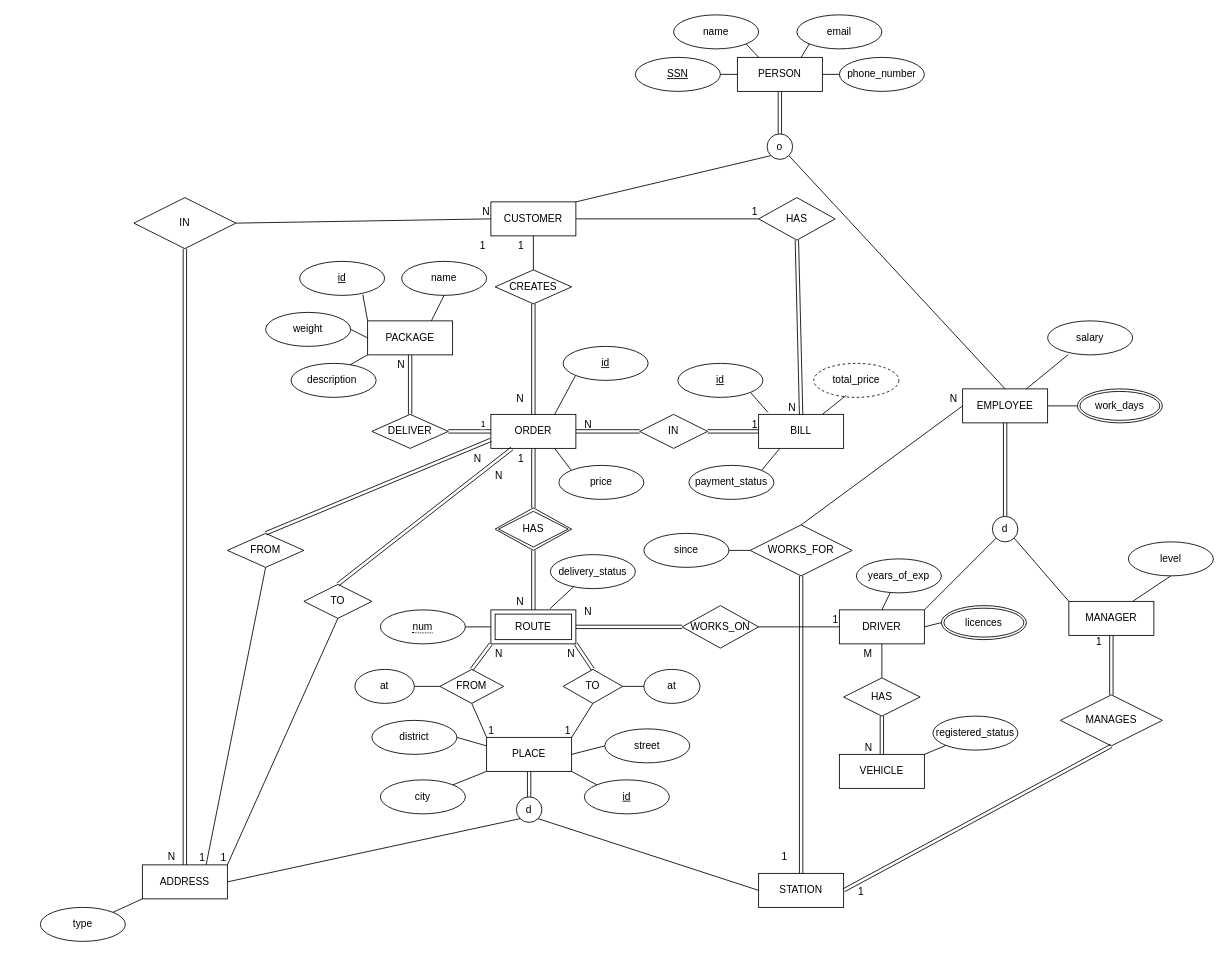
Above: db-assignment.drawio in blueonline07/auth-demo (draw.io), before the change. Source tidied: cells renumbered, new cells numbered last; positions are measured from the earlier drawing's top-left corner, leaving out a move shared by most shapes. Both pictures are drawn from the tidied source at 85%, with x=0, y=0 at pixel (40, 14).
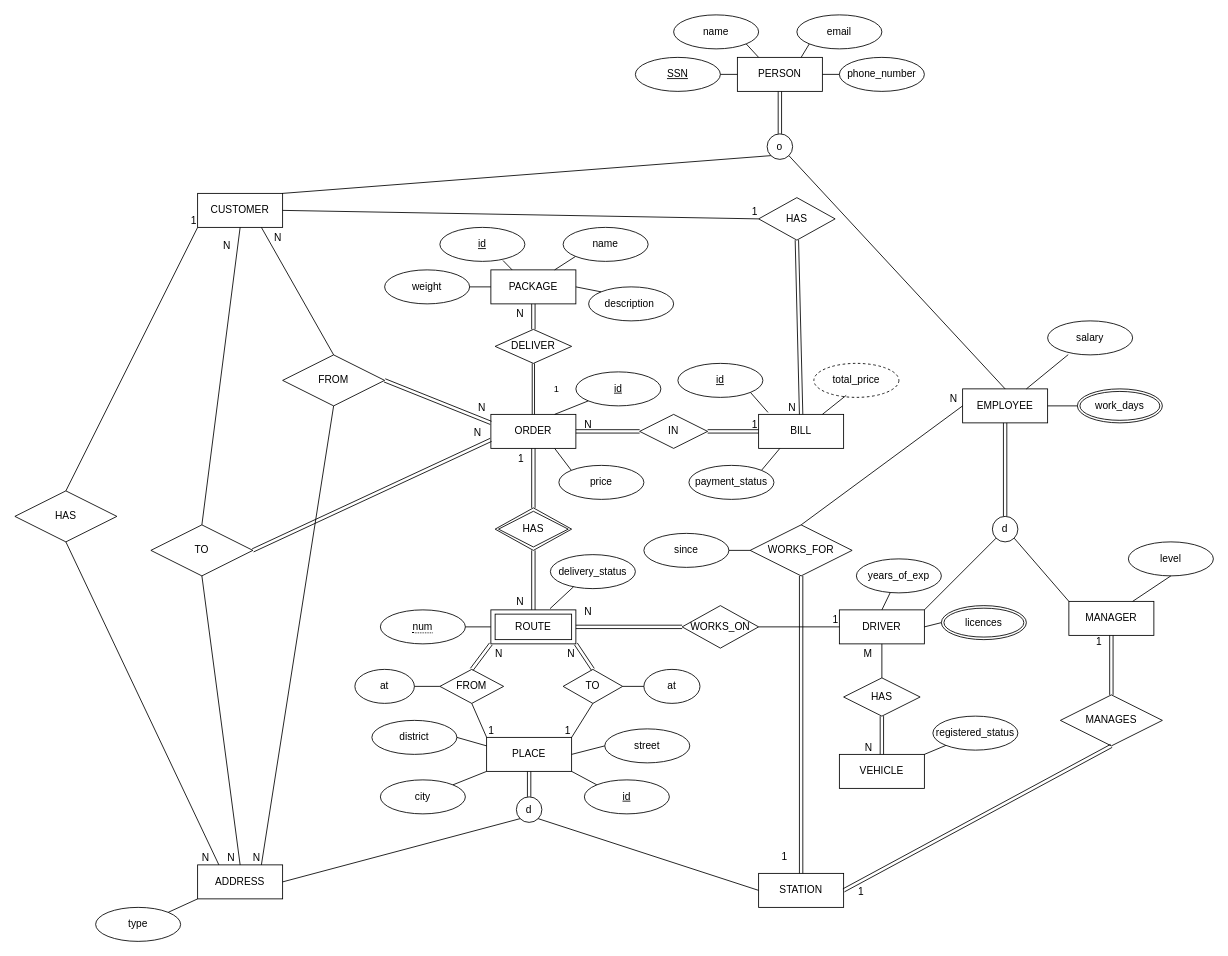
The same diagram, later.

Unchanged cells that the change refers to:
```xml
<mxCell id="7" value="ORDER" style="whiteSpace=wrap;html=1;align=center;" parent="1" vertex="1">
  <mxGeometry x="530" y="470" width="100" height="40" as="geometry" />
</mxCell>
<mxCell id="70" style="shape=link;html=1;rounded=0;entryX=0.5;entryY=0;entryDx=0;entryDy=0;exitX=0.5;exitY=1;exitDx=0;exitDy=0;" parent="1" edge="1" source="9" target="69">
  <mxGeometry relative="1" as="geometry" />
</mxCell>
<mxCell id="149" style="endArrow=none;html=1;rounded=0;entryX=0.75;entryY=0;entryDx=0;entryDy=0;exitX=0.5;exitY=1;exitDx=0;exitDy=0;" parent="1" edge="1" source="147" target="11">
  <mxGeometry relative="1" as="geometry" />
</mxCell>
```

Diff of the diagram source:
```diff
@@
     <mxCell id="3" value="CUSTOMER" style="whiteSpace=wrap;html=1;align=center;" parent="1" vertex="1">
-      <mxGeometry x="530" y="220" width="100" height="40" as="geometry" />
+      <mxGeometry x="185" y="210" width="100" height="40" as="geometry" />
     </mxCell>
@@
     <mxCell id="9" value="PACKAGE" style="whiteSpace=wrap;html=1;align=center;" parent="1" vertex="1">
-      <mxGeometry x="385" y="360" width="100" height="40" as="geometry" />
+      <mxGeometry x="530" y="300" width="100" height="40" as="geometry" />
     </mxCell>
@@
     <mxCell id="11" value="ADDRESS" style="whiteSpace=wrap;html=1;align=center;" parent="1" vertex="1">
-      <mxGeometry x="120" y="1000" width="100" height="40" as="geometry" />
+      <mxGeometry x="185" y="1000" width="100" height="40" as="geometry" />
     </mxCell>
@@
-    <mxCell id="16" value="CREATES" style="shape=rhombus;perimeter=rhombusPerimeter;whiteSpace=wrap;html=1;align=center;" parent="1" vertex="1">
-      <mxGeometry x="535" y="300" width="90" height="40" as="geometry" />
-    </mxCell>
-    <mxCell id="17" style="endArrow=none;html=1;rounded=0;entryX=0.5;entryY=1;entryDx=0;entryDy=0;exitX=0.5;exitY=0;exitDx=0;exitDy=0;" parent="1" edge="1" source="16" target="3">
-      <mxGeometry relative="1" as="geometry" />
-    </mxCell>
-    <mxCell id="18" value="1" style="html=1;whiteSpace=wrap;align=right;verticalAlign=bottom;" parent="17" vertex="1">
-      <mxGeometry x="1" relative="1" as="geometry">
-        <mxPoint x="-10" y="20" as="offset" />
-      </mxGeometry>
-    </mxCell>
-    <mxCell id="19" style="shape=link;html=1;rounded=0;exitX=0.5;exitY=1;exitDx=0;exitDy=0;entryX=0.5;entryY=0;entryDx=0;entryDy=0;" parent="1" edge="1" source="16" target="7">
-      <mxGeometry relative="1" as="geometry" />
-    </mxCell>
-    <mxCell id="20" value="N" style="html=1;whiteSpace=wrap;align=right;verticalAlign=bottom;" parent="19" vertex="1">
-      <mxGeometry x="1" relative="1" as="geometry">
-        <mxPoint x="-10" y="-10" as="offset" />
-      </mxGeometry>
-    </mxCell>
@@
-    <mxCell id="35" value="IN" style="shape=rhombus;perimeter=rhombusPerimeter;whiteSpace=wrap;html=1;align=center;" parent="1" vertex="1">
-      <mxGeometry x="110" y="215" width="120" height="60" as="geometry" />
-    </mxCell>
-    <mxCell id="36" style="shape=link;html=1;rounded=0;exitX=0.5;exitY=1;exitDx=0;exitDy=0;entryX=0.5;entryY=0;entryDx=0;entryDy=0;" parent="1" edge="1" source="35" target="11">
-      <mxGeometry relative="1" as="geometry" />
-    </mxCell>
-    <mxCell id="37" value="N" style="html=1;whiteSpace=wrap;align=right;verticalAlign=bottom;" parent="36" vertex="1">
-      <mxGeometry x="1" relative="1" as="geometry">
-        <mxPoint x="-10" y="-1" as="offset" />
-      </mxGeometry>
-    </mxCell>
@@
     <mxCell id="69" value="DELIVER" style="shape=rhombus;perimeter=rhombusPerimeter;whiteSpace=wrap;html=1;align=center;" parent="1" vertex="1">
-      <mxGeometry x="390" y="470" width="90" height="40" as="geometry" />
+      <mxGeometry x="535" y="370" width="90" height="40" as="geometry" />
     </mxCell>
@@
     <mxCell id="71" value="N" style="html=1;whiteSpace=wrap;align=right;verticalAlign=bottom;" parent="70" vertex="1">
       <mxGeometry x="1" relative="1" as="geometry">
-        <mxPoint x="-5" y="-50" as="offset" />
+        <mxPoint x="-10" y="-10" as="offset" />
       </mxGeometry>
     </mxCell>
-    <mxCell id="72" style="shape=link;html=1;rounded=0;entryX=0;entryY=0.5;entryDx=0;entryDy=0;exitX=1;exitY=0.5;exitDx=0;exitDy=0;" parent="1" edge="1" source="69" target="7">
+    <mxCell id="72" style="shape=link;html=1;rounded=0;entryX=0.5;entryY=0;entryDx=0;entryDy=0;exitX=0.5;exitY=1;exitDx=0;exitDy=0;width=2.7272727272727266;" parent="1" edge="1" source="69" target="7">
       <mxGeometry relative="1" as="geometry" />
     </mxCell>
-    <mxCell id="73" value="1" style="html=1;whiteSpace=wrap;align=right;verticalAlign=bottom;" parent="72" vertex="1">
-      <mxGeometry x="1" relative="1" as="geometry">
-        <mxPoint x="-5" y="-210" as="offset" />
-      </mxGeometry>
-    </mxCell>
@@
     <mxCell id="103" value="type" style="ellipse;whiteSpace=wrap;html=1;align=center;" parent="1" vertex="1">
-      <mxGeometry y="1050" width="100" height="40" as="geometry" />
+      <mxGeometry x="65" y="1050" width="100" height="40" as="geometry" />
     </mxCell>
@@
     <mxCell id="115" value="id" style="ellipse;whiteSpace=wrap;html=1;align=center;fontStyle=4;" parent="1" vertex="1">
-      <mxGeometry x="615" y="390" width="100" height="40" as="geometry" />
+      <mxGeometry x="630" y="420" width="100" height="40" as="geometry" />
     </mxCell>
@@
-    <mxCell id="125" style="endArrow=none;html=1;rounded=0;entryX=0;entryY=0.5;entryDx=0;entryDy=0;exitX=1;exitY=0.5;exitDx=0;exitDy=0;" parent="1" edge="1" source="35" target="3">
-      <mxGeometry relative="1" as="geometry" />
-    </mxCell>
-    <mxCell id="126" value="N" style="html=1;whiteSpace=wrap;align=right;verticalAlign=bottom;" parent="125" vertex="1">
-      <mxGeometry x="1" relative="1" as="geometry" />
-    </mxCell>
@@
     <mxCell id="131" value="weight" style="ellipse;whiteSpace=wrap;html=1;align=center;" parent="1" vertex="1">
-      <mxGeometry x="265" y="350" width="100" height="40" as="geometry" />
+      <mxGeometry x="405" y="300" width="100" height="40" as="geometry" />
     </mxCell>
@@
     <mxCell id="133" value="id" style="ellipse;whiteSpace=wrap;html=1;align=center;fontStyle=4;" parent="1" vertex="1">
-      <mxGeometry x="305" y="290" width="100" height="40" as="geometry" />
+      <mxGeometry x="470" y="250" width="100" height="40" as="geometry" />
     </mxCell>
-    <mxCell id="134" style="endArrow=none;html=1;rounded=0;entryX=0;entryY=0;entryDx=0;entryDy=0;exitX=0.743;exitY=0.975;exitDx=0;exitDy=0;exitPerimeter=0;" parent="1" edge="1" source="133" target="9">
+    <mxCell id="134" style="endArrow=none;html=1;rounded=0;entryX=0.25;entryY=0;entryDx=0;entryDy=0;exitX=0.743;exitY=0.975;exitDx=0;exitDy=0;exitPerimeter=0;" parent="1" edge="1" source="133" target="9">
       <mxGeometry relative="1" as="geometry" />
     </mxCell>
     <mxCell id="135" value="name" style="ellipse;whiteSpace=wrap;html=1;align=center;" parent="1" vertex="1">
-      <mxGeometry x="425" y="290" width="100" height="40" as="geometry" />
+      <mxGeometry x="615" y="250" width="100" height="40" as="geometry" />
     </mxCell>
-    <mxCell id="136" style="endArrow=none;html=1;rounded=0;entryX=0.75;entryY=0;entryDx=0;entryDy=0;exitX=0.5;exitY=1;exitDx=0;exitDy=0;" parent="1" edge="1" source="135" target="9">
+    <mxCell id="136" style="endArrow=none;html=1;rounded=0;entryX=0.75;entryY=0;entryDx=0;entryDy=0;exitX=0;exitY=1;exitDx=0;exitDy=0;" parent="1" edge="1" source="135" target="9">
       <mxGeometry relative="1" as="geometry" />
     </mxCell>
     <mxCell id="137" value="description&amp;nbsp;" style="ellipse;whiteSpace=wrap;html=1;align=center;" parent="1" vertex="1">
-      <mxGeometry x="295" y="410" width="100" height="40" as="geometry" />
+      <mxGeometry x="645" y="320" width="100" height="40" as="geometry" />
     </mxCell>
-    <mxCell id="138" style="endArrow=none;html=1;rounded=0;exitX=0.695;exitY=0.041;exitDx=0;exitDy=0;exitPerimeter=0;entryX=0;entryY=1;entryDx=0;entryDy=0;" parent="1" edge="1" source="137" target="9">
+    <mxCell id="138" style="endArrow=none;html=1;rounded=0;exitX=0;exitY=0;exitDx=0;exitDy=0;entryX=1;entryY=0.5;entryDx=0;entryDy=0;" parent="1" edge="1" source="137" target="9">
       <mxGeometry relative="1" as="geometry" />
     </mxCell>
@@
     <mxCell id="147" value="FROM" style="shape=rhombus;perimeter=rhombusPerimeter;whiteSpace=wrap;html=1;align=center;" parent="1" vertex="1">
-      <mxGeometry x="220" y="610" width="90" height="40" as="geometry" />
+      <mxGeometry x="285" y="400" width="120" height="60" as="geometry" />
     </mxCell>
     <mxCell id="148" value="TO" style="shape=rhombus;perimeter=rhombusPerimeter;whiteSpace=wrap;html=1;align=center;" parent="1" vertex="1">
-      <mxGeometry x="310" y="670" width="80" height="40" as="geometry" />
+      <mxGeometry x="130" y="600" width="120" height="60" as="geometry" />
     </mxCell>
+    <mxCell id="157" style="endArrow=none;html=1;rounded=0;entryX=0.75;entryY=1;entryDx=0;entryDy=0;exitX=0.5;exitY=0;exitDx=0;exitDy=0;" parent="1" edge="1" source="147" target="3">
+      <mxGeometry relative="1" as="geometry" />
+    </mxCell>
+    <mxCell id="158" value="N" style="html=1;whiteSpace=wrap;align=right;verticalAlign=bottom;" parent="157" vertex="1">
+      <mxGeometry x="1" relative="1" as="geometry">
+        <mxPoint x="25" y="20" as="offset" />
+      </mxGeometry>
+    </mxCell>
+    <mxCell id="153" style="shape=link;html=1;rounded=0;entryX=0;entryY=0.25;entryDx=0;entryDy=0;exitX=1;exitY=0.5;exitDx=0;exitDy=0;" parent="1" edge="1" source="147" target="7">
+      <mxGeometry relative="1" as="geometry" />
+    </mxCell>
+    <mxCell id="159" value="N" style="html=1;whiteSpace=wrap;align=right;verticalAlign=bottom;" parent="153" vertex="1">
+      <mxGeometry x="1" relative="1" as="geometry">
+        <mxPoint x="-5" y="-10" as="offset" />
+      </mxGeometry>
+    </mxCell>
@@
-    <mxCell id="150" value="1" style="html=1;whiteSpace=wrap;align=right;verticalAlign=bottom;" parent="149" vertex="1">
-      <mxGeometry x="1" relative="1" as="geometry" />
-    </mxCell>
+    <mxCell id="160" value="N" style="html=1;whiteSpace=wrap;align=right;verticalAlign=bottom;" parent="149" vertex="1">
+      <mxGeometry x="1" relative="1" as="geometry" />
+    </mxCell>
+    <mxCell id="161" style="endArrow=none;html=1;rounded=0;entryX=0.5;entryY=1;entryDx=0;entryDy=0;exitX=0.5;exitY=0;exitDx=0;exitDy=0;" parent="1" edge="1" source="148" target="3">
+      <mxGeometry relative="1" as="geometry" />
+    </mxCell>
+    <mxCell id="162" value="N" style="html=1;whiteSpace=wrap;align=right;verticalAlign=bottom;" parent="161" vertex="1">
+      <mxGeometry x="1" relative="1" as="geometry">
+        <mxPoint x="-10" y="30" as="offset" />
+      </mxGeometry>
+    </mxCell>
-    <mxCell id="151" style="endArrow=none;html=1;rounded=0;entryX=1;entryY=0;entryDx=0;entryDy=0;exitX=0.5;exitY=1;exitDx=0;exitDy=0;" parent="1" edge="1" source="148" target="11">
+    <mxCell id="151" style="endArrow=none;html=1;rounded=0;entryX=0.5;entryY=0;entryDx=0;entryDy=0;exitX=0.5;exitY=1;exitDx=0;exitDy=0;" parent="1" edge="1" source="148" target="11">
       <mxGeometry relative="1" as="geometry" />
     </mxCell>
-    <mxCell id="152" value="1" style="html=1;whiteSpace=wrap;align=right;verticalAlign=bottom;" parent="151" vertex="1">
-      <mxGeometry x="1" relative="1" as="geometry" />
-    </mxCell>
-    <mxCell id="153" style="shape=link;html=1;rounded=0;entryX=0;entryY=0.75;entryDx=0;entryDy=0;exitX=0.5;exitY=0;exitDx=0;exitDy=0;" parent="1" edge="1" source="147" target="7">
-      <mxGeometry relative="1" as="geometry" />
-    </mxCell>
-    <mxCell id="154" value="N" style="html=1;whiteSpace=wrap;align=right;verticalAlign=bottom;" parent="153" vertex="1">
-      <mxGeometry x="1" relative="1" as="geometry">
-        <mxPoint x="-10" y="30" as="offset" />
-      </mxGeometry>
-    </mxCell>
+    <mxCell id="163" value="N" style="html=1;whiteSpace=wrap;align=right;verticalAlign=bottom;" parent="151" vertex="1">
+      <mxGeometry x="1" relative="1" as="geometry">
+        <mxPoint x="-5" as="offset" />
+      </mxGeometry>
+    </mxCell>
-    <mxCell id="155" style="shape=link;html=1;rounded=0;entryX=0.25;entryY=1;entryDx=0;entryDy=0;exitX=0.5;exitY=0;exitDx=0;exitDy=0;" parent="1" edge="1" source="148" target="7">
+    <mxCell id="155" style="shape=link;html=1;rounded=0;entryX=0;entryY=0.75;entryDx=0;entryDy=0;exitX=1;exitY=0.5;exitDx=0;exitDy=0;" parent="1" edge="1" source="148" target="7">
       <mxGeometry relative="1" as="geometry" />
     </mxCell>
-    <mxCell id="156" value="N" style="html=1;whiteSpace=wrap;align=right;verticalAlign=bottom;" parent="155" vertex="1">
-      <mxGeometry x="1" relative="1" as="geometry">
-        <mxPoint x="-10" y="40" as="offset" />
-      </mxGeometry>
-    </mxCell>
+    <mxCell id="164" value="N" style="html=1;whiteSpace=wrap;align=right;verticalAlign=bottom;" parent="155" vertex="1">
+      <mxGeometry x="1" relative="1" as="geometry">
+        <mxPoint x="-10" as="offset" />
+      </mxGeometry>
+    </mxCell>
+    <mxCell id="165" value="HAS" style="shape=rhombus;perimeter=rhombusPerimeter;whiteSpace=wrap;html=1;align=center;" parent="1" vertex="1">
+      <mxGeometry x="-30" y="560" width="120" height="60" as="geometry" />
+    </mxCell>
+    <mxCell id="166" style="endArrow=none;html=1;rounded=0;entryX=0.25;entryY=0;entryDx=0;entryDy=0;exitX=0.5;exitY=1;exitDx=0;exitDy=0;" parent="1" edge="1" source="165" target="11">
+      <mxGeometry relative="1" as="geometry" />
+    </mxCell>
+    <mxCell id="167" value="N" style="html=1;whiteSpace=wrap;align=right;verticalAlign=bottom;" parent="166" vertex="1">
+      <mxGeometry x="1" relative="1" as="geometry">
+        <mxPoint x="-10" as="offset" />
+      </mxGeometry>
+    </mxCell>
+    <mxCell id="168" style="endArrow=none;html=1;rounded=0;entryX=0;entryY=1;entryDx=0;entryDy=0;exitX=0.5;exitY=0;exitDx=0;exitDy=0;" parent="1" edge="1" source="165" target="3">
+      <mxGeometry relative="1" as="geometry" />
+    </mxCell>
+    <mxCell id="169" value="1" style="html=1;whiteSpace=wrap;align=right;verticalAlign=bottom;" parent="168" vertex="1">
+      <mxGeometry x="1" relative="1" as="geometry" />
+    </mxCell>
```
